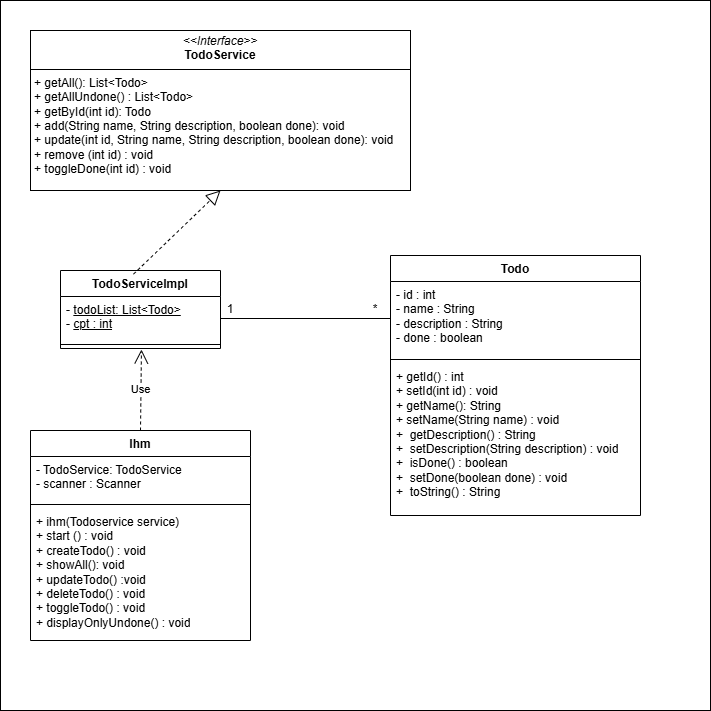
Earlier version of the draw.io export 2. poo/TodoApp-main/docs/UMLdiagram.drawio.png (happyselkie/formation_m2i). Source tidied: cells renumbered, new cells last; positions are measured from the earlier drawing's top-left corner, leaving out a move shared by most shapes.
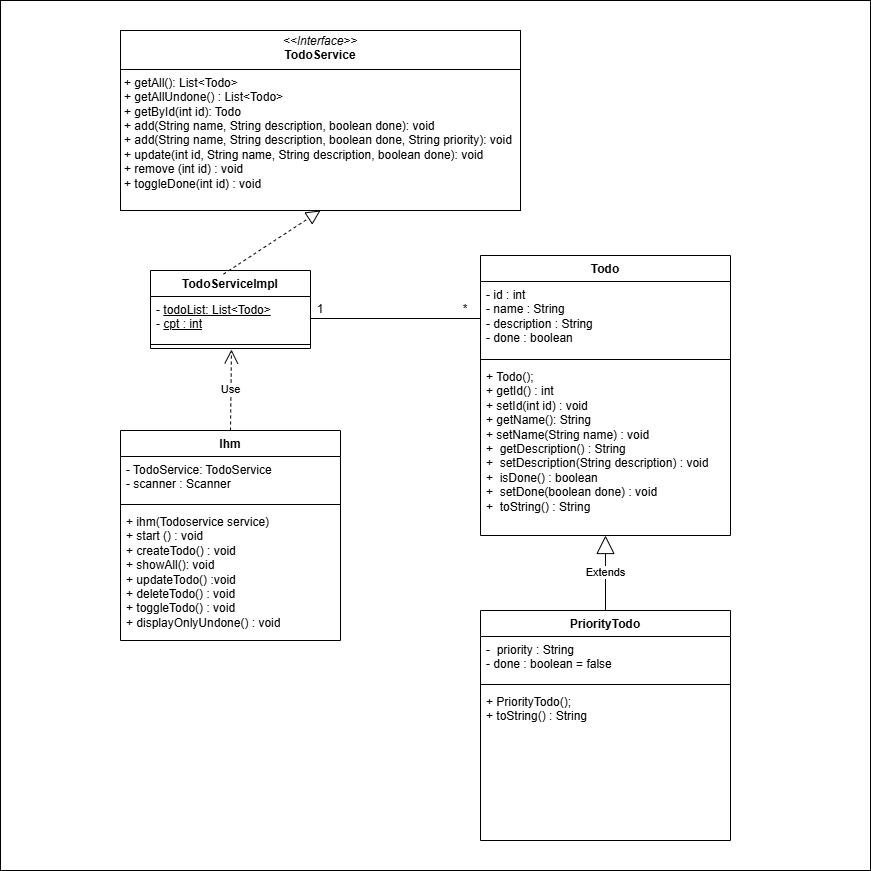
After the commit.

The edit, as a diff of the source:
```diff
@@ -3,10 +3,10 @@
     <mxCell id="0" />
     <mxCell id="1" parent="0" />
     <mxCell id="2" style="whiteSpace=wrap;html=1;" parent="1" vertex="1">
-      <mxGeometry width="710" height="710" as="geometry" />
+      <mxGeometry x="-90" width="870" height="870" as="geometry" />
     </mxCell>
-    <mxCell id="3" value="&lt;p style=&quot;margin:0px;margin-top:4px;text-align:center;&quot;&gt;&lt;i&gt;&amp;lt;&amp;lt;Interface&amp;gt;&amp;gt;&lt;/i&gt;&lt;br&gt;&lt;b&gt;TodoService&lt;/b&gt;&lt;/p&gt;&lt;hr size=&quot;1&quot; style=&quot;border-style:solid;&quot;&gt;&lt;p style=&quot;margin:0px;margin-left:4px;&quot;&gt;+ getAll(): List&amp;lt;Todo&amp;gt;&lt;/p&gt;&lt;p style=&quot;margin:0px;margin-left:4px;&quot;&gt;+ getAllUndone() : List&amp;lt;Todo&amp;gt;&amp;nbsp;&lt;br&gt;+ getById(int id): Todo&lt;/p&gt;&lt;p style=&quot;margin:0px;margin-left:4px;&quot;&gt;+ add(String name, String description, boolean done): void&lt;/p&gt;&lt;p style=&quot;margin:0px;margin-left:4px;&quot;&gt;+ update(int id,&amp;nbsp;&lt;span style=&quot;background-color: transparent; color: light-dark(rgb(0, 0, 0), rgb(255, 255, 255));&quot;&gt;String name, String description, boolean done): void&lt;/span&gt;&lt;/p&gt;&lt;p style=&quot;margin:0px;margin-left:4px;&quot;&gt;&lt;span style=&quot;background-color: transparent; color: light-dark(rgb(0, 0, 0), rgb(255, 255, 255));&quot;&gt;+ remove (int id) : void&lt;/span&gt;&lt;/p&gt;&lt;p style=&quot;margin:0px;margin-left:4px;&quot;&gt;&lt;span style=&quot;background-color: transparent; color: light-dark(rgb(0, 0, 0), rgb(255, 255, 255));&quot;&gt;+&amp;nbsp;&lt;/span&gt;&lt;span style=&quot;background-color: transparent;&quot;&gt;toggleDone(int id) : void&lt;/span&gt;&lt;/p&gt;" style="verticalAlign=top;align=left;overflow=fill;html=1;whiteSpace=wrap;" parent="1" vertex="1">
-      <mxGeometry x="30" y="30" width="380" height="160" as="geometry" />
+    <mxCell id="3" value="&lt;p style=&quot;margin:0px;margin-top:4px;text-align:center;&quot;&gt;&lt;i&gt;&amp;lt;&amp;lt;Interface&amp;gt;&amp;gt;&lt;/i&gt;&lt;br&gt;&lt;b&gt;TodoService&lt;/b&gt;&lt;/p&gt;&lt;hr size=&quot;1&quot; style=&quot;border-style:solid;&quot;&gt;&lt;p style=&quot;margin:0px;margin-left:4px;&quot;&gt;+ getAll(): List&amp;lt;Todo&amp;gt;&lt;/p&gt;&lt;p style=&quot;margin:0px;margin-left:4px;&quot;&gt;+ getAllUndone() : List&amp;lt;Todo&amp;gt;&amp;nbsp;&lt;br&gt;+ getById(int id): Todo&lt;/p&gt;&lt;p style=&quot;margin:0px;margin-left:4px;&quot;&gt;+ add(String name, String description, boolean done): void&lt;/p&gt;&lt;p style=&quot;margin:0px;margin-left:4px;&quot;&gt;+ add(String name, String description, boolean done, String priority): void&lt;/p&gt;&lt;p style=&quot;margin:0px;margin-left:4px;&quot;&gt;+ update(int id,&amp;nbsp;&lt;span style=&quot;background-color: transparent; color: light-dark(rgb(0, 0, 0), rgb(255, 255, 255));&quot;&gt;String name, String description, boolean done): void&lt;/span&gt;&lt;/p&gt;&lt;p style=&quot;margin:0px;margin-left:4px;&quot;&gt;&lt;span style=&quot;background-color: transparent; color: light-dark(rgb(0, 0, 0), rgb(255, 255, 255));&quot;&gt;+ remove (int id) : void&lt;/span&gt;&lt;/p&gt;&lt;p style=&quot;margin:0px;margin-left:4px;&quot;&gt;&lt;span style=&quot;background-color: transparent; color: light-dark(rgb(0, 0, 0), rgb(255, 255, 255));&quot;&gt;+&amp;nbsp;&lt;/span&gt;&lt;span style=&quot;background-color: transparent;&quot;&gt;toggleDone(int id) : void&lt;/span&gt;&lt;/p&gt;" style="verticalAlign=top;align=left;overflow=fill;html=1;whiteSpace=wrap;" parent="1" vertex="1">
+      <mxGeometry x="30" y="30" width="400" height="180" as="geometry" />
     </mxCell>
     <mxCell id="4" value="TodoServiceImpl" style="swimlane;fontStyle=1;align=center;verticalAlign=top;horizontal=1;startSize=26;whiteSpace=wrap;html=1;" parent="1" vertex="1">
       <mxGeometry x="60" y="270" width="160" height="78" as="geometry" />
@@ -36,7 +36,7 @@
       <mxGeometry relative="1" as="geometry" />
     </mxCell>
     <mxCell id="13" value="Todo" style="swimlane;fontStyle=1;align=center;verticalAlign=top;horizontal=1;startSize=26;whiteSpace=wrap;html=1;" parent="1" vertex="1">
-      <mxGeometry x="390" y="255" width="250" height="260" as="geometry" />
+      <mxGeometry x="390" y="255" width="250" height="280" as="geometry" />
     </mxCell>
     <mxCell id="14" value="&lt;div&gt;- id : int&lt;/div&gt;&lt;div&gt;- name :&amp;nbsp;&lt;span style=&quot;background-color: transparent; color: light-dark(rgb(0, 0, 0), rgb(255, 255, 255));&quot;&gt;String&lt;/span&gt;&lt;span style=&quot;background-color: transparent; color: light-dark(rgb(0, 0, 0), rgb(255, 255, 255));&quot;&gt;&amp;nbsp;&lt;/span&gt;&lt;/div&gt;&lt;div&gt;- description :&amp;nbsp;&lt;span style=&quot;background-color: transparent; color: light-dark(rgb(0, 0, 0), rgb(255, 255, 255));&quot;&gt;String&lt;/span&gt;&lt;span style=&quot;background-color: transparent; color: light-dark(rgb(0, 0, 0), rgb(255, 255, 255));&quot;&gt;&amp;nbsp;&lt;/span&gt;&lt;/div&gt;&lt;div&gt;- done : boolean&lt;/div&gt;" style="text;strokeColor=none;fillColor=none;align=left;verticalAlign=top;spacingLeft=4;spacingRight=4;overflow=hidden;points=[[0,0.5],[1,0.5]];portConstraint=eastwest;whiteSpace=wrap;html=1;" parent="13" vertex="1">
       <mxGeometry y="26" width="250" height="74" as="geometry" />
@@ -44,8 +44,8 @@
     <mxCell id="15" style="line;strokeWidth=1;fillColor=none;align=left;verticalAlign=middle;spacingTop=-1;spacingLeft=3;spacingRight=3;labelPosition=right;strokeColor=inherit;" parent="13" vertex="1">
       <mxGeometry y="100" width="250" height="8" as="geometry" />
     </mxCell>
-    <mxCell id="16" value="&lt;div&gt;+ getId() : int&lt;span style=&quot;background-color: transparent; color: light-dark(rgb(0, 0, 0), rgb(255, 255, 255));&quot;&gt;&amp;nbsp;&lt;/span&gt;&lt;/div&gt;&lt;div&gt;&lt;span style=&quot;background-color: transparent; color: light-dark(rgb(0, 0, 0), rgb(255, 255, 255));&quot;&gt;+ setId(int id) : void&lt;/span&gt;&lt;/div&gt;&lt;div&gt;&lt;span style=&quot;background-color: transparent; color: light-dark(rgb(0, 0, 0), rgb(255, 255, 255));&quot;&gt;+ getName(): String&lt;/span&gt;&lt;/div&gt;&lt;div&gt;&lt;span style=&quot;background-color: transparent; color: light-dark(rgb(0, 0, 0), rgb(255, 255, 255));&quot;&gt;+&lt;/span&gt;&lt;span style=&quot;background-color: transparent; color: light-dark(rgb(0, 0, 0), rgb(255, 255, 255));&quot;&gt;&amp;nbsp;setName(String name) : void&lt;/span&gt;&lt;/div&gt;&lt;div&gt;&lt;span style=&quot;background-color: transparent; color: light-dark(rgb(0, 0, 0), rgb(255, 255, 255));&quot;&gt;+&amp;nbsp; getDescription() : String&lt;/span&gt;&lt;/div&gt;&lt;div&gt;&lt;span style=&quot;background-color: transparent; color: light-dark(rgb(0, 0, 0), rgb(255, 255, 255));&quot;&gt;+&amp;nbsp; setDescription(String description) : void&lt;/span&gt;&lt;/div&gt;&lt;div&gt;&lt;span style=&quot;background-color: transparent; color: light-dark(rgb(0, 0, 0), rgb(255, 255, 255));&quot;&gt;+&amp;nbsp; isDone() : boolean&lt;/span&gt;&lt;/div&gt;&lt;div&gt;&lt;span style=&quot;background-color: transparent; color: light-dark(rgb(0, 0, 0), rgb(255, 255, 255));&quot;&gt;+&amp;nbsp; setDone(boolean done) : void&lt;/span&gt;&lt;/div&gt;&lt;div&gt;&lt;span style=&quot;background-color: transparent; color: light-dark(rgb(0, 0, 0), rgb(255, 255, 255));&quot;&gt;+&amp;nbsp; toString() : String&lt;/span&gt;&lt;/div&gt;" style="text;strokeColor=none;fillColor=none;align=left;verticalAlign=top;spacingLeft=4;spacingRight=4;overflow=hidden;points=[[0,0.5],[1,0.5]];portConstraint=eastwest;whiteSpace=wrap;html=1;" parent="13" vertex="1">
-      <mxGeometry y="108" width="250" height="152" as="geometry" />
+    <mxCell id="16" value="&lt;div&gt;+ Todo();&lt;/div&gt;&lt;div&gt;+ getId() : int&lt;span style=&quot;background-color: transparent; color: light-dark(rgb(0, 0, 0), rgb(255, 255, 255));&quot;&gt;&amp;nbsp;&lt;/span&gt;&lt;/div&gt;&lt;div&gt;&lt;span style=&quot;background-color: transparent; color: light-dark(rgb(0, 0, 0), rgb(255, 255, 255));&quot;&gt;+ setId(int id) : void&lt;/span&gt;&lt;/div&gt;&lt;div&gt;&lt;span style=&quot;background-color: transparent; color: light-dark(rgb(0, 0, 0), rgb(255, 255, 255));&quot;&gt;+ getName(): String&lt;/span&gt;&lt;/div&gt;&lt;div&gt;&lt;span style=&quot;background-color: transparent; color: light-dark(rgb(0, 0, 0), rgb(255, 255, 255));&quot;&gt;+&lt;/span&gt;&lt;span style=&quot;background-color: transparent; color: light-dark(rgb(0, 0, 0), rgb(255, 255, 255));&quot;&gt;&amp;nbsp;setName(String name) : void&lt;/span&gt;&lt;/div&gt;&lt;div&gt;&lt;span style=&quot;background-color: transparent; color: light-dark(rgb(0, 0, 0), rgb(255, 255, 255));&quot;&gt;+&amp;nbsp; getDescription() : String&lt;/span&gt;&lt;/div&gt;&lt;div&gt;&lt;span style=&quot;background-color: transparent; color: light-dark(rgb(0, 0, 0), rgb(255, 255, 255));&quot;&gt;+&amp;nbsp; setDescription(String description) : void&lt;/span&gt;&lt;/div&gt;&lt;div&gt;&lt;span style=&quot;background-color: transparent; color: light-dark(rgb(0, 0, 0), rgb(255, 255, 255));&quot;&gt;+&amp;nbsp; isDone() : boolean&lt;/span&gt;&lt;/div&gt;&lt;div&gt;&lt;span style=&quot;background-color: transparent; color: light-dark(rgb(0, 0, 0), rgb(255, 255, 255));&quot;&gt;+&amp;nbsp; setDone(boolean done) : void&lt;/span&gt;&lt;/div&gt;&lt;div&gt;&lt;span style=&quot;background-color: transparent; color: light-dark(rgb(0, 0, 0), rgb(255, 255, 255));&quot;&gt;+&amp;nbsp; toString() : String&lt;/span&gt;&lt;/div&gt;" style="text;strokeColor=none;fillColor=none;align=left;verticalAlign=top;spacingLeft=4;spacingRight=4;overflow=hidden;points=[[0,0.5],[1,0.5]];portConstraint=eastwest;whiteSpace=wrap;html=1;" parent="13" vertex="1">
+      <mxGeometry y="108" width="250" height="172" as="geometry" />
     </mxCell>
     <mxCell id="17" style="endArrow=none;html=1;rounded=0;exitX=1;exitY=0.5;exitDx=0;exitDy=0;entryX=0;entryY=0.5;entryDx=0;entryDy=0;" parent="1" edge="1" source="5" target="14">
       <mxGeometry relative="1" as="geometry" />
@@ -56,5 +56,20 @@
     <mxCell id="19" value="*" style="text;html=1;align=center;verticalAlign=middle;whiteSpace=wrap;rounded=0;" parent="1" vertex="1">
       <mxGeometry x="360" y="294" width="30" height="30" as="geometry" />
     </mxCell>
+    <mxCell id="20" value="PriorityTodo" style="swimlane;fontStyle=1;align=center;verticalAlign=top;horizontal=1;startSize=26;whiteSpace=wrap;html=1;" parent="1" vertex="1">
+      <mxGeometry x="390" y="610" width="250" height="230" as="geometry" />
+    </mxCell>
+    <mxCell id="21" value="&lt;div&gt;-&amp;nbsp; priority : String&lt;/div&gt;&lt;div&gt;&lt;span style=&quot;background-color: transparent; color: light-dark(rgb(0, 0, 0), rgb(255, 255, 255));&quot;&gt;- done : boolean = false&lt;/span&gt;&lt;/div&gt;" style="text;strokeColor=none;fillColor=none;align=left;verticalAlign=top;spacingLeft=4;spacingRight=4;overflow=hidden;whiteSpace=wrap;html=1;" parent="20" vertex="1">
+      <mxGeometry y="26" width="250" height="44" as="geometry" />
+    </mxCell>
+    <mxCell id="22" style="line;strokeWidth=1;fillColor=none;align=left;verticalAlign=middle;spacingTop=-1;spacingLeft=3;spacingRight=3;labelPosition=right;strokeColor=inherit;" parent="20" vertex="1">
+      <mxGeometry y="70" width="250" height="8" as="geometry" />
+    </mxCell>
+    <mxCell id="23" value="&lt;div&gt;+ PriorityTodo();&lt;/div&gt;&lt;div&gt;&lt;span style=&quot;background-color: transparent; color: light-dark(rgb(0, 0, 0), rgb(255, 255, 255));&quot;&gt;+ toString() : String&lt;/span&gt;&lt;/div&gt;" style="text;strokeColor=none;fillColor=none;align=left;verticalAlign=top;spacingLeft=4;spacingRight=4;overflow=hidden;whiteSpace=wrap;html=1;" parent="20" vertex="1">
+      <mxGeometry y="78" width="250" height="152" as="geometry" />
+    </mxCell>
+    <mxCell id="24" value="Extends" style="endArrow=block;endSize=16;endFill=0;html=1;rounded=0;exitX=0.5;exitY=0;exitDx=0;exitDy=0;" parent="1" edge="1" source="20" target="16">
+      <mxGeometry relative="1" as="geometry" />
+    </mxCell>
   </root>
 </mxGraphModel>
```
